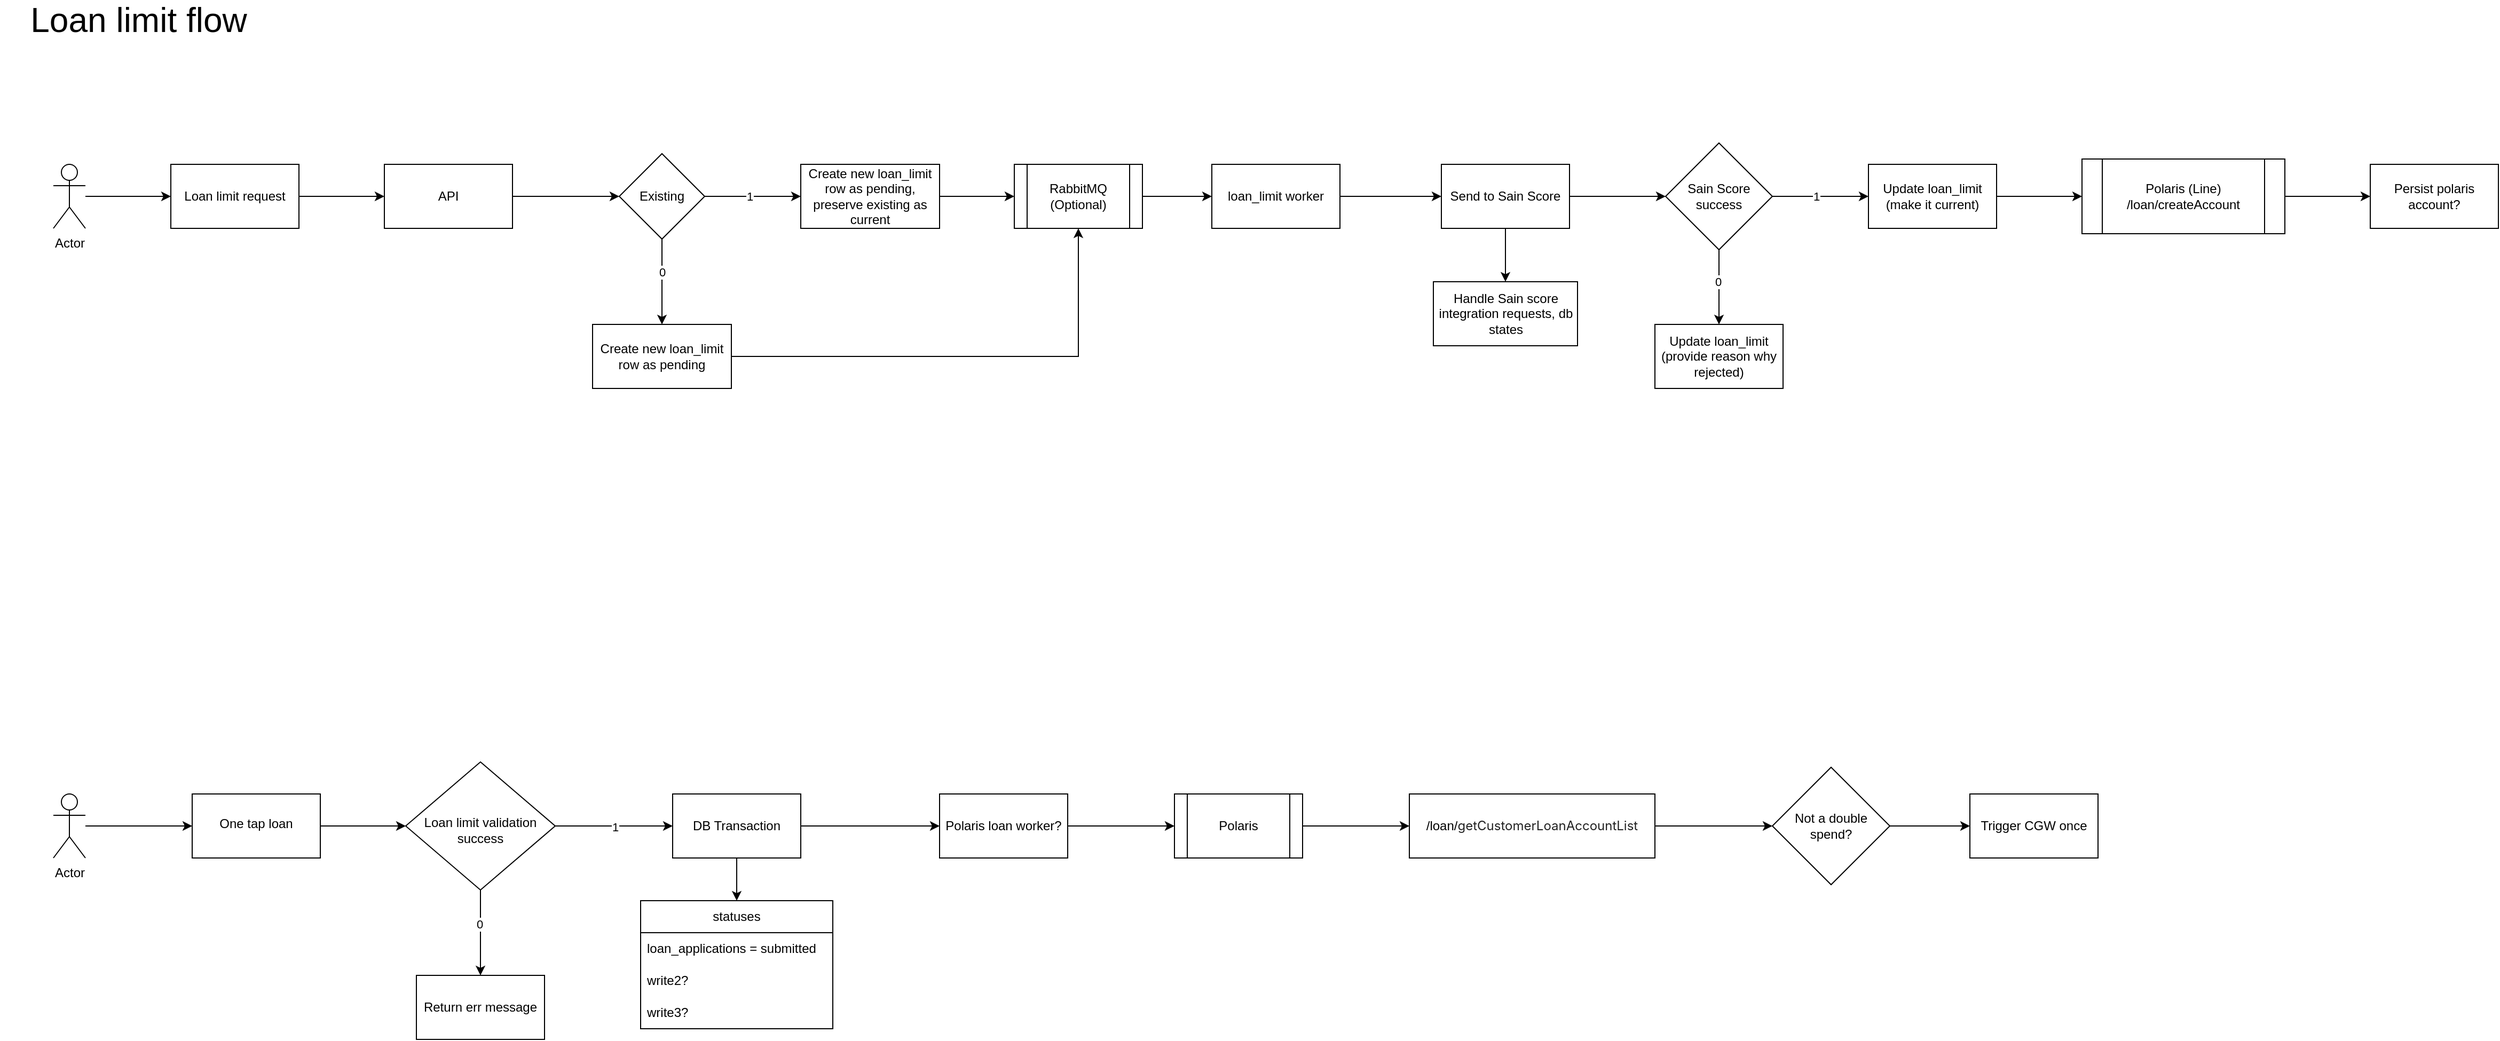
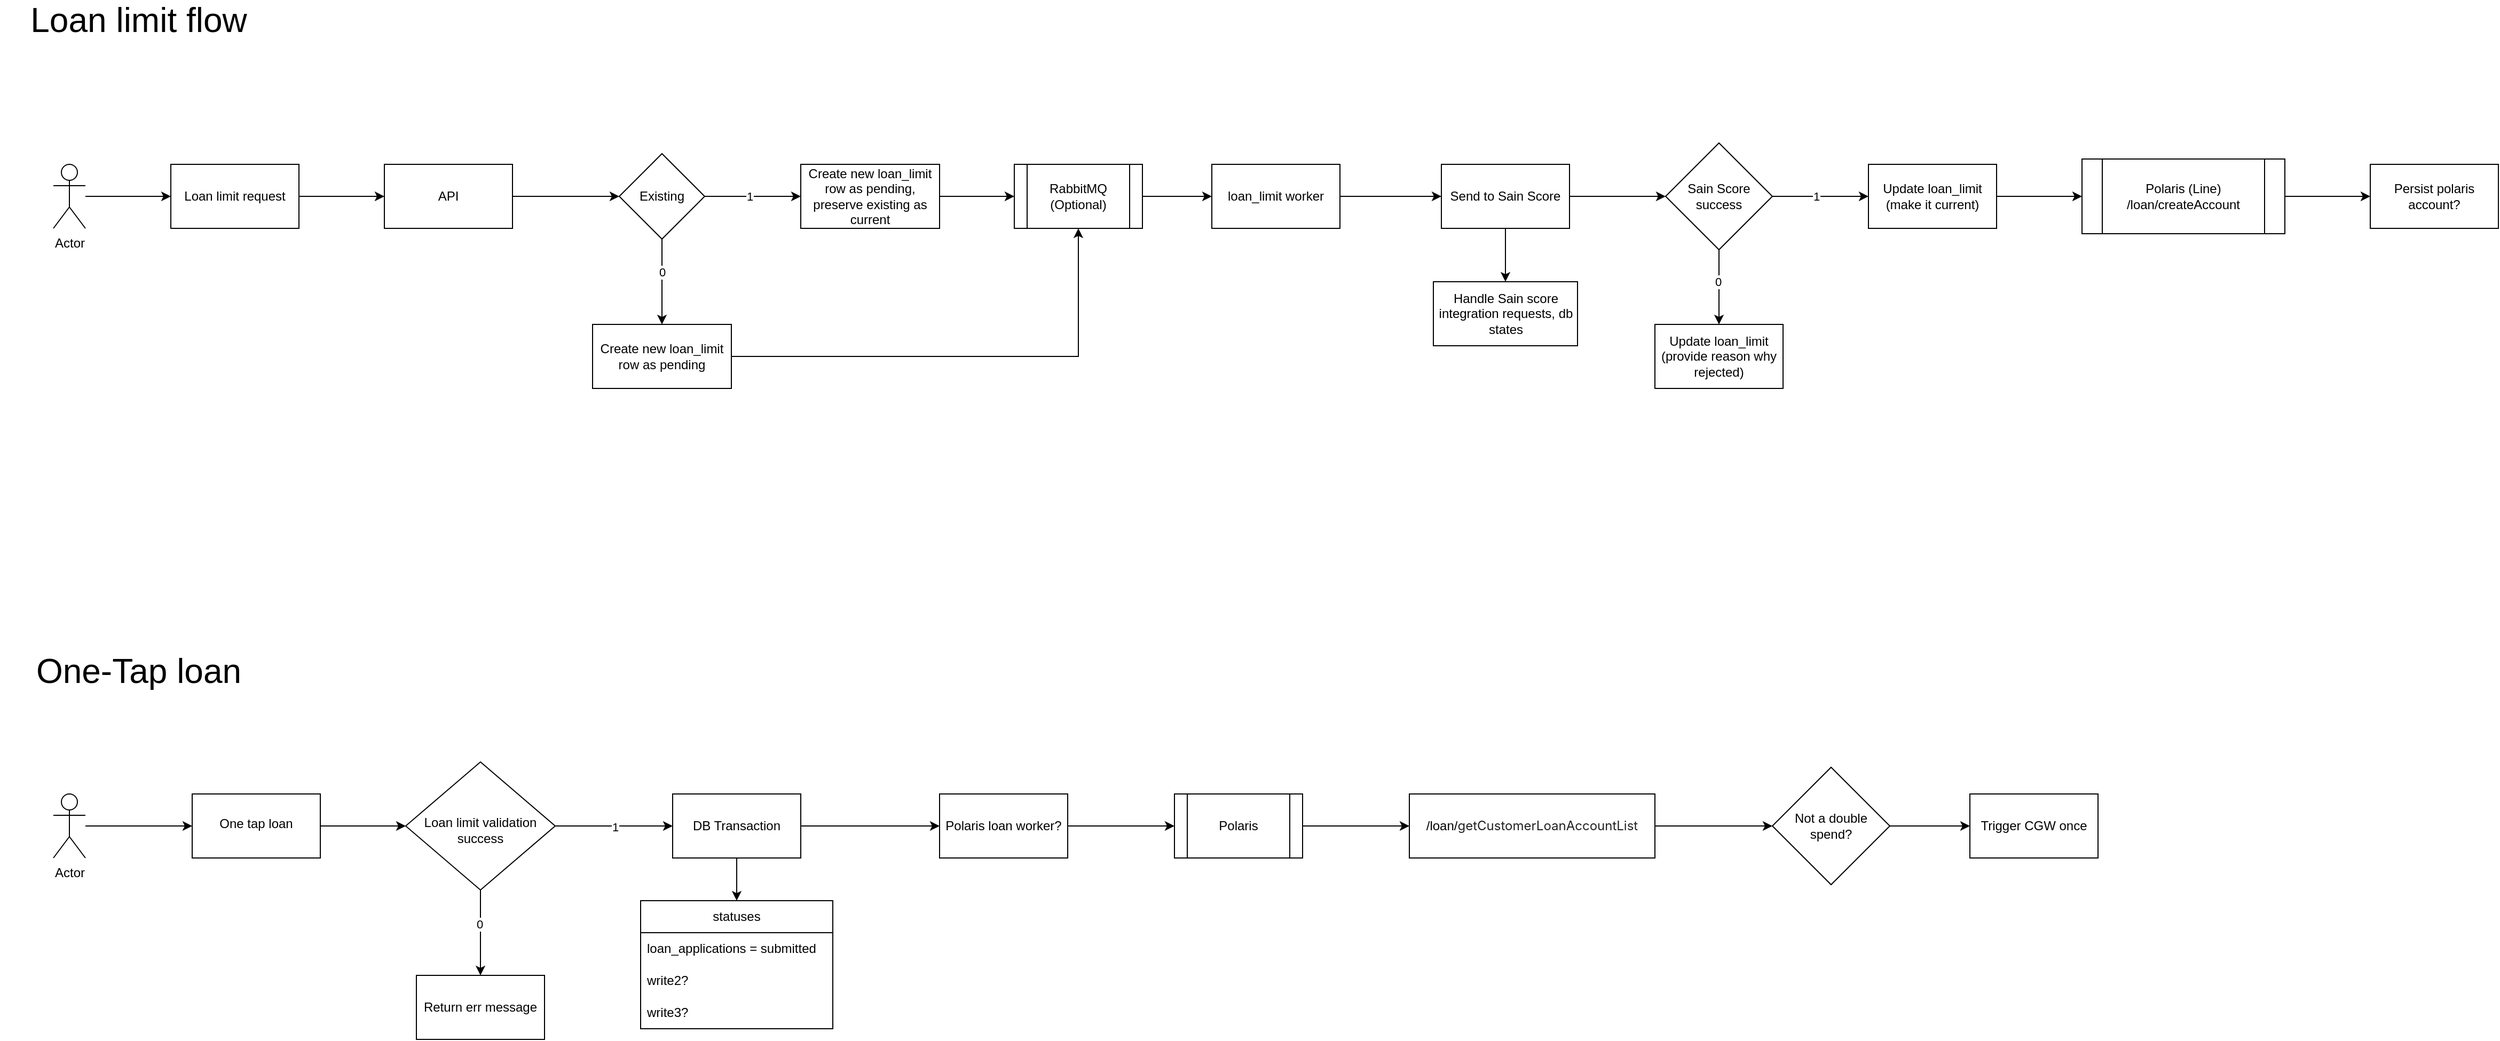
<mxfile host="app.diagrams.net">
  <diagram name="Page-1" id="VCBSuIh8bz7kurrQ0Zaz">
-     <mxGraphModel dx="3285" dy="1424" grid="1" gridSize="10" guides="1" tooltips="1" connect="1" arrows="1" fold="1" page="1" pageScale="1" pageWidth="850" pageHeight="1100" math="0" shadow="0">
+     <mxGraphModel dx="2259" dy="824" grid="1" gridSize="10" guides="1" tooltips="1" connect="1" arrows="1" fold="1" page="1" pageScale="1" pageWidth="850" pageHeight="1100" math="0" shadow="0">
      <root>
        <mxCell id="0" />
        <mxCell id="1" parent="0" />
        <mxCell id="KqixbsF9o6dLofBvsG9t-5" edge="1" parent="1" source="KqixbsF9o6dLofBvsG9t-1" style="edgeStyle=orthogonalEdgeStyle;rounded=0;orthogonalLoop=1;jettySize=auto;html=1;" target="KqixbsF9o6dLofBvsG9t-4" value="">
          <mxGeometry relative="1" as="geometry" />
        </mxCell>
        <mxCell id="KqixbsF9o6dLofBvsG9t-1" parent="1" style="rounded=0;whiteSpace=wrap;html=1;" value="Loan limit request" vertex="1">
          <mxGeometry height="60" width="120" x="150" y="210" as="geometry" />
        </mxCell>
        <mxCell id="KqixbsF9o6dLofBvsG9t-3" edge="1" parent="1" source="KqixbsF9o6dLofBvsG9t-2" style="edgeStyle=orthogonalEdgeStyle;rounded=0;orthogonalLoop=1;jettySize=auto;html=1;" target="KqixbsF9o6dLofBvsG9t-1" value="">
          <mxGeometry relative="1" as="geometry" />
        </mxCell>
        <mxCell id="KqixbsF9o6dLofBvsG9t-2" parent="1" style="shape=umlActor;verticalLabelPosition=bottom;verticalAlign=top;html=1;outlineConnect=0;" value="Actor" vertex="1">
          <mxGeometry height="60" width="30" x="40" y="210" as="geometry" />
        </mxCell>
        <mxCell id="KqixbsF9o6dLofBvsG9t-9" edge="1" parent="1" source="KqixbsF9o6dLofBvsG9t-4" style="edgeStyle=orthogonalEdgeStyle;rounded=0;orthogonalLoop=1;jettySize=auto;html=1;" target="KqixbsF9o6dLofBvsG9t-8" value="">
          <mxGeometry relative="1" as="geometry" />
        </mxCell>
        <mxCell id="KqixbsF9o6dLofBvsG9t-4" parent="1" style="rounded=0;whiteSpace=wrap;html=1;" value="API" vertex="1">
          <mxGeometry height="60" width="120" x="350" y="210" as="geometry" />
        </mxCell>
        <mxCell id="KqixbsF9o6dLofBvsG9t-11" edge="1" parent="1" source="KqixbsF9o6dLofBvsG9t-8" style="edgeStyle=orthogonalEdgeStyle;rounded=0;orthogonalLoop=1;jettySize=auto;html=1;" target="KqixbsF9o6dLofBvsG9t-10" value="">
          <mxGeometry relative="1" as="geometry" />
        </mxCell>
        <mxCell id="KqixbsF9o6dLofBvsG9t-12" connectable="0" parent="KqixbsF9o6dLofBvsG9t-11" style="edgeLabel;html=1;align=center;verticalAlign=middle;resizable=0;points=[];" value="1" vertex="1">
          <mxGeometry relative="1" x="-0.079" as="geometry">
            <mxPoint as="offset" />
          </mxGeometry>
        </mxCell>
        <mxCell id="KqixbsF9o6dLofBvsG9t-14" edge="1" parent="1" source="KqixbsF9o6dLofBvsG9t-8" style="edgeStyle=orthogonalEdgeStyle;rounded=0;orthogonalLoop=1;jettySize=auto;html=1;" target="KqixbsF9o6dLofBvsG9t-13" value="">
          <mxGeometry relative="1" as="geometry" />
        </mxCell>
        <mxCell id="KqixbsF9o6dLofBvsG9t-15" connectable="0" parent="KqixbsF9o6dLofBvsG9t-14" style="edgeLabel;html=1;align=center;verticalAlign=middle;resizable=0;points=[];" value="0" vertex="1">
          <mxGeometry relative="1" x="-0.2407" as="geometry">
            <mxPoint as="offset" />
          </mxGeometry>
        </mxCell>
        <mxCell id="KqixbsF9o6dLofBvsG9t-8" parent="1" style="rhombus;whiteSpace=wrap;html=1;rounded=0;" value="Existing" vertex="1">
          <mxGeometry height="80" width="80" x="570" y="200" as="geometry" />
        </mxCell>
        <mxCell id="KqixbsF9o6dLofBvsG9t-23" edge="1" parent="1" source="KqixbsF9o6dLofBvsG9t-10" style="edgeStyle=orthogonalEdgeStyle;rounded=0;orthogonalLoop=1;jettySize=auto;html=1;" target="KqixbsF9o6dLofBvsG9t-22" value="">
          <mxGeometry relative="1" as="geometry" />
        </mxCell>
        <mxCell id="KqixbsF9o6dLofBvsG9t-10" parent="1" style="whiteSpace=wrap;html=1;rounded=0;" value="Create new loan_limit row as pending, preserve existing as current" vertex="1">
          <mxGeometry height="60" width="130" x="740" y="210" as="geometry" />
        </mxCell>
        <mxCell id="KqixbsF9o6dLofBvsG9t-26" edge="1" parent="1" source="KqixbsF9o6dLofBvsG9t-13" style="edgeStyle=orthogonalEdgeStyle;rounded=0;orthogonalLoop=1;jettySize=auto;html=1;entryX=0.5;entryY=1;entryDx=0;entryDy=0;" target="KqixbsF9o6dLofBvsG9t-22">
          <mxGeometry relative="1" as="geometry" />
        </mxCell>
        <mxCell id="KqixbsF9o6dLofBvsG9t-13" parent="1" style="whiteSpace=wrap;html=1;rounded=0;" value="Create new loan_limit row as pending" vertex="1">
          <mxGeometry height="60" width="130" x="545" y="360" as="geometry" />
        </mxCell>
        <mxCell id="KqixbsF9o6dLofBvsG9t-25" edge="1" parent="1" source="KqixbsF9o6dLofBvsG9t-22" style="edgeStyle=orthogonalEdgeStyle;rounded=0;orthogonalLoop=1;jettySize=auto;html=1;" target="KqixbsF9o6dLofBvsG9t-24" value="">
          <mxGeometry relative="1" as="geometry" />
        </mxCell>
        <mxCell id="KqixbsF9o6dLofBvsG9t-22" parent="1" style="shape=process;whiteSpace=wrap;html=1;backgroundOutline=1;rounded=0;" value="RabbitMQ (Optional)" vertex="1">
          <mxGeometry height="60" width="120" x="940" y="210" as="geometry" />
        </mxCell>
        <mxCell id="KqixbsF9o6dLofBvsG9t-28" edge="1" parent="1" source="KqixbsF9o6dLofBvsG9t-24" style="edgeStyle=orthogonalEdgeStyle;rounded=0;orthogonalLoop=1;jettySize=auto;html=1;" target="KqixbsF9o6dLofBvsG9t-27" value="">
          <mxGeometry relative="1" as="geometry" />
        </mxCell>
        <mxCell id="KqixbsF9o6dLofBvsG9t-24" parent="1" style="whiteSpace=wrap;html=1;rounded=0;" value="loan_limit worker" vertex="1">
          <mxGeometry height="60" width="120" x="1125" y="210" as="geometry" />
        </mxCell>
        <mxCell id="KqixbsF9o6dLofBvsG9t-30" edge="1" parent="1" source="KqixbsF9o6dLofBvsG9t-27" style="edgeStyle=orthogonalEdgeStyle;rounded=0;orthogonalLoop=1;jettySize=auto;html=1;" target="KqixbsF9o6dLofBvsG9t-29" value="">
          <mxGeometry relative="1" as="geometry" />
        </mxCell>
        <mxCell id="KqixbsF9o6dLofBvsG9t-38" edge="1" parent="1" source="KqixbsF9o6dLofBvsG9t-27" style="edgeStyle=orthogonalEdgeStyle;rounded=0;orthogonalLoop=1;jettySize=auto;html=1;" target="KqixbsF9o6dLofBvsG9t-37" value="">
          <mxGeometry relative="1" as="geometry" />
        </mxCell>
        <mxCell id="KqixbsF9o6dLofBvsG9t-27" parent="1" style="whiteSpace=wrap;html=1;rounded=0;" value="Send to Sain Score" vertex="1">
          <mxGeometry height="60" width="120" x="1340" y="210" as="geometry" />
        </mxCell>
        <mxCell id="KqixbsF9o6dLofBvsG9t-32" edge="1" parent="1" source="KqixbsF9o6dLofBvsG9t-29" style="edgeStyle=orthogonalEdgeStyle;rounded=0;orthogonalLoop=1;jettySize=auto;html=1;" target="KqixbsF9o6dLofBvsG9t-31" value="">
          <mxGeometry relative="1" as="geometry" />
        </mxCell>
        <mxCell id="KqixbsF9o6dLofBvsG9t-33" connectable="0" parent="KqixbsF9o6dLofBvsG9t-32" style="edgeLabel;html=1;align=center;verticalAlign=middle;resizable=0;points=[];" value="1" vertex="1">
          <mxGeometry relative="1" x="-0.1048" as="geometry">
            <mxPoint as="offset" />
          </mxGeometry>
        </mxCell>
        <mxCell id="KqixbsF9o6dLofBvsG9t-35" edge="1" parent="1" source="KqixbsF9o6dLofBvsG9t-29" style="edgeStyle=orthogonalEdgeStyle;rounded=0;orthogonalLoop=1;jettySize=auto;html=1;" target="KqixbsF9o6dLofBvsG9t-34" value="">
          <mxGeometry relative="1" as="geometry" />
        </mxCell>
        <mxCell id="KqixbsF9o6dLofBvsG9t-36" connectable="0" parent="KqixbsF9o6dLofBvsG9t-35" style="edgeLabel;html=1;align=center;verticalAlign=middle;resizable=0;points=[];" value="0" vertex="1">
          <mxGeometry relative="1" x="-0.1429" y="-1" as="geometry">
            <mxPoint as="offset" />
          </mxGeometry>
        </mxCell>
        <mxCell id="KqixbsF9o6dLofBvsG9t-29" parent="1" style="rhombus;whiteSpace=wrap;html=1;rounded=0;" value="Sain Score success" vertex="1">
          <mxGeometry height="100" width="100" x="1550" y="190" as="geometry" />
        </mxCell>
        <mxCell id="KqixbsF9o6dLofBvsG9t-66" edge="1" parent="1" source="KqixbsF9o6dLofBvsG9t-31" style="edgeStyle=orthogonalEdgeStyle;rounded=0;orthogonalLoop=1;jettySize=auto;html=1;" target="KqixbsF9o6dLofBvsG9t-65" value="">
          <mxGeometry relative="1" as="geometry" />
        </mxCell>
        <mxCell id="KqixbsF9o6dLofBvsG9t-31" parent="1" style="whiteSpace=wrap;html=1;rounded=0;" value="Update loan_limit (make it current)" vertex="1">
          <mxGeometry height="60" width="120" x="1740" y="210" as="geometry" />
        </mxCell>
        <mxCell id="KqixbsF9o6dLofBvsG9t-34" parent="1" style="whiteSpace=wrap;html=1;rounded=0;" value="Update loan_limit&lt;br&gt;(provide reason why rejected)" vertex="1">
          <mxGeometry height="60" width="120" x="1540" y="360" as="geometry" />
        </mxCell>
        <mxCell id="KqixbsF9o6dLofBvsG9t-37" parent="1" style="whiteSpace=wrap;html=1;rounded=0;" value="Handle Sain score integration requests, db states" vertex="1">
          <mxGeometry height="60" width="135" x="1332.5" y="320" as="geometry" />
        </mxCell>
        <mxCell id="KqixbsF9o6dLofBvsG9t-43" edge="1" parent="1" source="KqixbsF9o6dLofBvsG9t-39" style="edgeStyle=orthogonalEdgeStyle;rounded=0;orthogonalLoop=1;jettySize=auto;html=1;" target="KqixbsF9o6dLofBvsG9t-42" value="">
          <mxGeometry relative="1" as="geometry" />
        </mxCell>
        <mxCell id="KqixbsF9o6dLofBvsG9t-39" parent="1" style="shape=umlActor;verticalLabelPosition=bottom;verticalAlign=top;html=1;outlineConnect=0;" value="Actor" vertex="1">
          <mxGeometry height="60" width="30" x="40" y="800" as="geometry" />
        </mxCell>
        <mxCell id="KqixbsF9o6dLofBvsG9t-40" parent="1" style="text;html=1;whiteSpace=wrap;strokeColor=none;fillColor=none;align=center;verticalAlign=middle;rounded=0;fontSize=32;" value="Loan limit flow" vertex="1">
          <mxGeometry height="30" width="260" x="-10" y="60" as="geometry" />
        </mxCell>
        <mxCell id="KqixbsF9o6dLofBvsG9t-45" edge="1" parent="1" source="KqixbsF9o6dLofBvsG9t-42" style="edgeStyle=orthogonalEdgeStyle;rounded=0;orthogonalLoop=1;jettySize=auto;html=1;" target="KqixbsF9o6dLofBvsG9t-44" value="">
          <mxGeometry relative="1" as="geometry" />
        </mxCell>
        <mxCell id="KqixbsF9o6dLofBvsG9t-42" parent="1" style="whiteSpace=wrap;html=1;verticalAlign=top;" value="&lt;div&gt;&lt;br&gt;&lt;/div&gt;&lt;div&gt;One tap loan&lt;/div&gt;" vertex="1">
          <mxGeometry height="60" width="120" x="170" y="800" as="geometry" />
        </mxCell>
        <mxCell id="KqixbsF9o6dLofBvsG9t-47" edge="1" parent="1" source="KqixbsF9o6dLofBvsG9t-44" style="edgeStyle=orthogonalEdgeStyle;rounded=0;orthogonalLoop=1;jettySize=auto;html=1;" target="KqixbsF9o6dLofBvsG9t-46" value="">
          <mxGeometry relative="1" as="geometry" />
        </mxCell>
        <mxCell id="KqixbsF9o6dLofBvsG9t-50" connectable="0" parent="KqixbsF9o6dLofBvsG9t-47" style="edgeLabel;html=1;align=center;verticalAlign=middle;resizable=0;points=[];" value="1" vertex="1">
          <mxGeometry relative="1" x="0.0162" y="-1" as="geometry">
            <mxPoint as="offset" />
          </mxGeometry>
        </mxCell>
        <mxCell id="KqixbsF9o6dLofBvsG9t-49" edge="1" parent="1" source="KqixbsF9o6dLofBvsG9t-44" style="edgeStyle=orthogonalEdgeStyle;rounded=0;orthogonalLoop=1;jettySize=auto;html=1;" target="KqixbsF9o6dLofBvsG9t-48" value="">
          <mxGeometry relative="1" as="geometry" />
        </mxCell>
        <mxCell id="KqixbsF9o6dLofBvsG9t-51" connectable="0" parent="KqixbsF9o6dLofBvsG9t-49" style="edgeLabel;html=1;align=center;verticalAlign=middle;resizable=0;points=[];" value="0" vertex="1">
          <mxGeometry relative="1" x="-0.2091" y="-1" as="geometry">
            <mxPoint as="offset" />
          </mxGeometry>
        </mxCell>
        <mxCell id="KqixbsF9o6dLofBvsG9t-44" parent="1" style="rhombus;whiteSpace=wrap;html=1;verticalAlign=top;" value="&lt;br&gt;&lt;br&gt;&lt;div&gt;&lt;br&gt;&lt;/div&gt;&lt;div&gt;Loan limit validation&lt;br&gt;success&lt;/div&gt;" vertex="1">
          <mxGeometry height="120" width="140" x="370" y="770" as="geometry" />
        </mxCell>
        <mxCell id="KqixbsF9o6dLofBvsG9t-60" edge="1" parent="1" source="KqixbsF9o6dLofBvsG9t-46" style="edgeStyle=orthogonalEdgeStyle;rounded=0;orthogonalLoop=1;jettySize=auto;html=1;entryX=0.5;entryY=0;entryDx=0;entryDy=0;" target="KqixbsF9o6dLofBvsG9t-54">
          <mxGeometry relative="1" as="geometry" />
        </mxCell>
        <mxCell id="KqixbsF9o6dLofBvsG9t-76" edge="1" parent="1" source="KqixbsF9o6dLofBvsG9t-46" style="edgeStyle=orthogonalEdgeStyle;rounded=0;orthogonalLoop=1;jettySize=auto;html=1;" target="KqixbsF9o6dLofBvsG9t-75" value="">
          <mxGeometry relative="1" as="geometry" />
        </mxCell>
        <mxCell id="KqixbsF9o6dLofBvsG9t-46" parent="1" style="whiteSpace=wrap;html=1;verticalAlign=middle;" value="DB Transaction" vertex="1">
          <mxGeometry height="60" width="120" x="620" y="800" as="geometry" />
        </mxCell>
        <mxCell id="KqixbsF9o6dLofBvsG9t-48" parent="1" style="whiteSpace=wrap;html=1;verticalAlign=middle;" value="Return err message" vertex="1">
          <mxGeometry height="60" width="120" x="380" y="970" as="geometry" />
        </mxCell>
        <mxCell id="KqixbsF9o6dLofBvsG9t-54" parent="1" style="swimlane;fontStyle=0;childLayout=stackLayout;horizontal=1;startSize=30;horizontalStack=0;resizeParent=1;resizeParentMax=0;resizeLast=0;collapsible=1;marginBottom=0;whiteSpace=wrap;html=1;" value="statuses" vertex="1">
          <mxGeometry height="120" width="180" x="590" y="900" as="geometry" />
        </mxCell>
        <mxCell id="KqixbsF9o6dLofBvsG9t-55" parent="KqixbsF9o6dLofBvsG9t-54" style="text;strokeColor=none;fillColor=none;align=left;verticalAlign=middle;spacingLeft=4;spacingRight=4;overflow=hidden;points=[[0,0.5],[1,0.5]];portConstraint=eastwest;rotatable=0;whiteSpace=wrap;html=1;" value="loan_applications = submitted" vertex="1">
          <mxGeometry height="30" width="180" y="30" as="geometry" />
        </mxCell>
        <mxCell id="KqixbsF9o6dLofBvsG9t-56" parent="KqixbsF9o6dLofBvsG9t-54" style="text;strokeColor=none;fillColor=none;align=left;verticalAlign=middle;spacingLeft=4;spacingRight=4;overflow=hidden;points=[[0,0.5],[1,0.5]];portConstraint=eastwest;rotatable=0;whiteSpace=wrap;html=1;" value="write2?" vertex="1">
          <mxGeometry height="30" width="180" y="60" as="geometry" />
        </mxCell>
        <mxCell id="KqixbsF9o6dLofBvsG9t-57" parent="KqixbsF9o6dLofBvsG9t-54" style="text;strokeColor=none;fillColor=none;align=left;verticalAlign=middle;spacingLeft=4;spacingRight=4;overflow=hidden;points=[[0,0.5],[1,0.5]];portConstraint=eastwest;rotatable=0;whiteSpace=wrap;html=1;" value="write3?" vertex="1">
          <mxGeometry height="30" width="180" y="90" as="geometry" />
        </mxCell>
        <mxCell id="KqixbsF9o6dLofBvsG9t-74" edge="1" parent="1" source="KqixbsF9o6dLofBvsG9t-65" style="edgeStyle=orthogonalEdgeStyle;rounded=0;orthogonalLoop=1;jettySize=auto;html=1;" target="KqixbsF9o6dLofBvsG9t-73" value="">
          <mxGeometry relative="1" as="geometry" />
        </mxCell>
        <mxCell id="KqixbsF9o6dLofBvsG9t-65" parent="1" style="shape=process;whiteSpace=wrap;html=1;backgroundOutline=1;rounded=0;" value="Polaris (Line)&lt;br&gt;/loan/createAccount" vertex="1">
          <mxGeometry height="70" width="190" x="1940" y="205" as="geometry" />
        </mxCell>
        <mxCell id="KqixbsF9o6dLofBvsG9t-72" edge="1" parent="1" source="KqixbsF9o6dLofBvsG9t-69" style="edgeStyle=orthogonalEdgeStyle;rounded=0;orthogonalLoop=1;jettySize=auto;html=1;" target="KqixbsF9o6dLofBvsG9t-71" value="">
          <mxGeometry relative="1" as="geometry" />
        </mxCell>
        <mxCell id="KqixbsF9o6dLofBvsG9t-69" parent="1" style="shape=process;whiteSpace=wrap;html=1;backgroundOutline=1;" value="Polaris" vertex="1">
          <mxGeometry height="60" width="120" x="1090" y="800" as="geometry" />
        </mxCell>
        <mxCell id="KqixbsF9o6dLofBvsG9t-81" edge="1" parent="1" source="KqixbsF9o6dLofBvsG9t-71" style="edgeStyle=orthogonalEdgeStyle;rounded=0;orthogonalLoop=1;jettySize=auto;html=1;" target="KqixbsF9o6dLofBvsG9t-80" value="">
          <mxGeometry relative="1" as="geometry" />
        </mxCell>
        <mxCell id="KqixbsF9o6dLofBvsG9t-71" parent="1" style="whiteSpace=wrap;html=1;" value="/loan/&lt;span style=&quot;color: rgb(33, 33, 33); font-family: Inter, system-ui, -apple-system, &amp;quot;system-ui&amp;quot;, &amp;quot;Segoe UI&amp;quot;, Roboto, Oxygen, Ubuntu, Cantarell, &amp;quot;Fira Sans&amp;quot;, &amp;quot;Droid Sans&amp;quot;, Helvetica, Arial, sans-serif; text-align: left; white-space: pre-wrap; background-color: rgb(255, 255, 255);&quot;&gt;getCustomerLoanAccountList&lt;/span&gt;" vertex="1">
          <mxGeometry height="60" width="230" x="1310" y="800" as="geometry" />
        </mxCell>
        <mxCell id="KqixbsF9o6dLofBvsG9t-73" parent="1" style="whiteSpace=wrap;html=1;rounded=0;" value="Persist polaris account?" vertex="1">
          <mxGeometry height="60" width="120" x="2210" y="210" as="geometry" />
        </mxCell>
        <mxCell id="KqixbsF9o6dLofBvsG9t-77" edge="1" parent="1" source="KqixbsF9o6dLofBvsG9t-75" style="edgeStyle=orthogonalEdgeStyle;rounded=0;orthogonalLoop=1;jettySize=auto;html=1;entryX=0;entryY=0.5;entryDx=0;entryDy=0;" target="KqixbsF9o6dLofBvsG9t-69">
          <mxGeometry relative="1" as="geometry" />
        </mxCell>
        <mxCell id="KqixbsF9o6dLofBvsG9t-75" parent="1" style="whiteSpace=wrap;html=1;" value="Polaris loan worker?" vertex="1">
          <mxGeometry height="60" width="120" x="870" y="800" as="geometry" />
        </mxCell>
        <mxCell id="KqixbsF9o6dLofBvsG9t-83" edge="1" parent="1" source="KqixbsF9o6dLofBvsG9t-80" style="edgeStyle=orthogonalEdgeStyle;rounded=0;orthogonalLoop=1;jettySize=auto;html=1;" target="KqixbsF9o6dLofBvsG9t-82" value="">
          <mxGeometry relative="1" as="geometry" />
        </mxCell>
        <mxCell id="KqixbsF9o6dLofBvsG9t-80" parent="1" style="rhombus;whiteSpace=wrap;html=1;" value="Not a double spend?" vertex="1">
          <mxGeometry height="110" width="110" x="1650" y="775" as="geometry" />
        </mxCell>
        <mxCell id="KqixbsF9o6dLofBvsG9t-82" parent="1" style="whiteSpace=wrap;html=1;" value="Trigger CGW once" vertex="1">
          <mxGeometry height="60" width="120" x="1835" y="800" as="geometry" />
        </mxCell>
+         <mxCell id="U8Ajh8Gpa-m2DNKNFQys-1" parent="1" style="text;html=1;whiteSpace=wrap;strokeColor=none;fillColor=none;align=center;verticalAlign=middle;rounded=0;fontSize=32;" value="One-Tap loan" vertex="1">
+           <mxGeometry height="30" width="260" x="-10" y="670" as="geometry" />
+         </mxCell>
      </root>
    </mxGraphModel>
  </diagram>
</mxfile>
